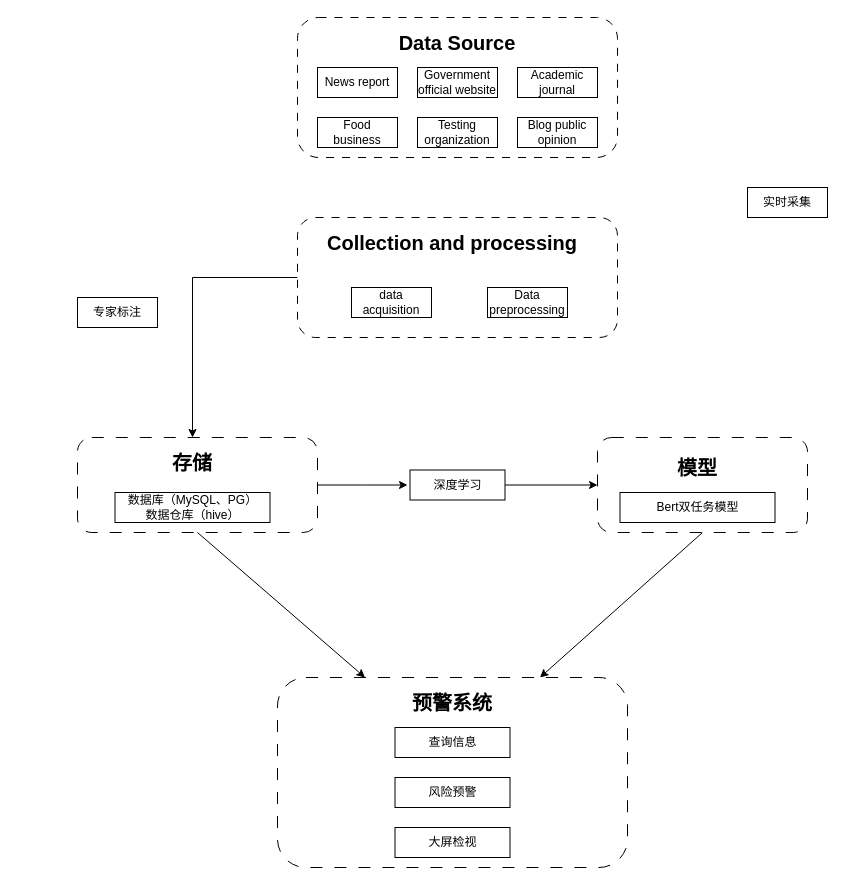
leobgz/Draw keeps this draw.io diagram as 1013流程图.drawio. Above is the earlier version. Source tidied: cells renumbered, new cells numbered last; positions are measured from the earlier drawing's top-left corner, leaving out a move shared by most shapes. Both pictures are drawn from the tidied source at 100%, with x=0, y=0 at pixel (77, 17).
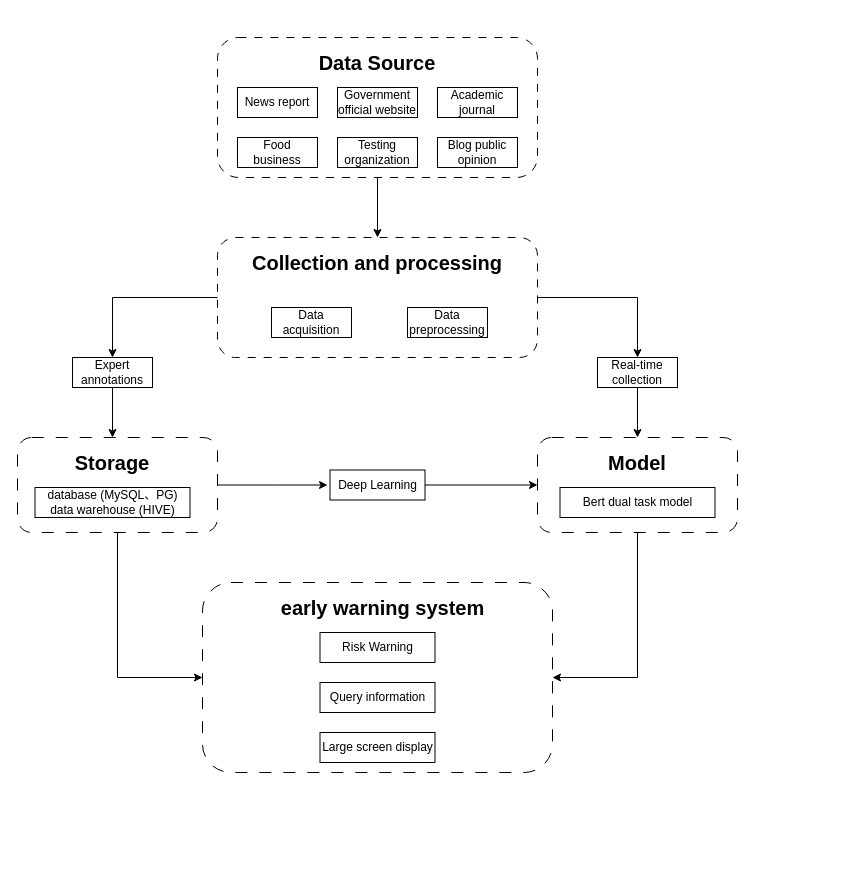
Above is the later version.

Commit message (it also covers changes not shown here):
更新1013流程图.drawio

Diff of the diagram source:
```diff
@@
+    <mxCell id="33" style="edgeStyle=orthogonalEdgeStyle;rounded=0;jettySize=auto;html=1;entryX=0.5;entryY=0;entryDx=0;entryDy=0;" parent="1" edge="1" source="2" target="12">
+      <mxGeometry relative="1" as="geometry" />
+    </mxCell>
     <mxCell id="2" style="rounded=1;whiteSpace=wrap;html=1;dashed=1;dashPattern=8 8;" parent="1" vertex="1">
-      <mxGeometry x="220" width="320" height="140" as="geometry" />
+      <mxGeometry x="140" y="20" width="320" height="140" as="geometry" />
     </mxCell>
     <mxCell id="3" value="&lt;div style=&quot;font-size: 20px;&quot;&gt;&lt;font style=&quot;font-size: 20px;&quot;&gt;Data Source&lt;/font&gt;&lt;/div&gt;" style="text;html=1;strokeColor=none;fillColor=none;align=center;verticalAlign=middle;whiteSpace=wrap;rounded=0;fontStyle=1;" parent="1" vertex="1">
-      <mxGeometry x="300" width="160" height="50" as="geometry" />
+      <mxGeometry x="220" y="20" width="160" height="50" as="geometry" />
     </mxCell>
     <mxCell id="4" value="News report" style="rounded=0;whiteSpace=wrap;html=1;" parent="1" vertex="1">
-      <mxGeometry x="240" y="50" width="80" height="30" as="geometry" />
+      <mxGeometry x="160" y="70" width="80" height="30" as="geometry" />
     </mxCell>
     <mxCell id="5" value="Government official website" style="rounded=0;whiteSpace=wrap;html=1;" parent="1" vertex="1">
-      <mxGeometry x="340" y="50" width="80" height="30" as="geometry" />
+      <mxGeometry x="260" y="70" width="80" height="30" as="geometry" />
     </mxCell>
     <mxCell id="6" value="Food business" style="rounded=0;whiteSpace=wrap;html=1;" parent="1" vertex="1">
-      <mxGeometry x="240" y="100" width="80" height="30" as="geometry" />
+      <mxGeometry x="160" y="120" width="80" height="30" as="geometry" />
     </mxCell>
     <mxCell id="7" value="Academic journal" style="rounded=0;whiteSpace=wrap;html=1;" parent="1" vertex="1">
-      <mxGeometry x="440" y="50" width="80" height="30" as="geometry" />
+      <mxGeometry x="360" y="70" width="80" height="30" as="geometry" />
     </mxCell>
     <mxCell id="8" value="Testing organization" style="rounded=0;whiteSpace=wrap;html=1;" parent="1" vertex="1">
-      <mxGeometry x="340" y="100" width="80" height="30" as="geometry" />
+      <mxGeometry x="260" y="120" width="80" height="30" as="geometry" />
     </mxCell>
     <mxCell id="9" value="&lt;div&gt;Blog public opinion&lt;/div&gt;" style="rounded=0;whiteSpace=wrap;html=1;" parent="1" vertex="1">
-      <mxGeometry x="440" y="100" width="80" height="30" as="geometry" />
+      <mxGeometry x="360" y="120" width="80" height="30" as="geometry" />
     </mxCell>
-    <mxCell id="10" style="edgeStyle=orthogonalEdgeStyle;rounded=0;jettySize=auto;html=1;entryX=0.5;entryY=0;entryDx=0;entryDy=0;" parent="1" edge="1" source="11" target="17">
-      <mxGeometry relative="1" as="geometry" />
-    </mxCell>
+    <mxCell id="34" style="edgeStyle=orthogonalEdgeStyle;rounded=0;jettySize=auto;html=1;entryX=0.5;entryY=0;entryDx=0;entryDy=0;" parent="1" edge="1" source="38" target="17">
+      <mxGeometry relative="1" as="geometry" />
+    </mxCell>
+    <mxCell id="35" style="edgeStyle=orthogonalEdgeStyle;rounded=0;jettySize=auto;html=1;entryX=0.5;entryY=0;entryDx=0;entryDy=0;exitX=0.5;exitY=1;exitDx=0;exitDy=0;" parent="1" edge="1" source="30" target="21">
+      <mxGeometry relative="1" as="geometry" />
+    </mxCell>
     <mxCell id="11" style="rounded=1;whiteSpace=wrap;html=1;dashed=1;dashPattern=8 8;" parent="1" vertex="1">
-      <mxGeometry x="220" y="200" width="320" height="120" as="geometry" />
+      <mxGeometry x="140" y="220" width="320" height="120" as="geometry" />
     </mxCell>
     <mxCell id="12" value="&lt;div style=&quot;&quot;&gt;&lt;div style=&quot;&quot;&gt;&lt;font style=&quot;font-size: 20px;&quot;&gt;Collection and processing&lt;/font&gt;&lt;/div&gt;&lt;/div&gt;" style="text;html=1;strokeColor=none;fillColor=none;align=center;verticalAlign=middle;whiteSpace=wrap;rounded=0;fontStyle=1;" parent="1" vertex="1">
-      <mxGeometry x="230" y="200" width="290" height="50" as="geometry" />
+      <mxGeometry x="155" y="220" width="290" height="50" as="geometry" />
     </mxCell>
-    <mxCell id="13" value="&lt;div&gt;data acquisition&lt;/div&gt;" style="rounded=0;whiteSpace=wrap;html=1;" parent="1" vertex="1">
-      <mxGeometry x="274" y="270" width="80" height="30" as="geometry" />
+    <mxCell id="13" value="&lt;div&gt;Data acquisition&lt;/div&gt;" style="rounded=0;whiteSpace=wrap;html=1;" parent="1" vertex="1">
+      <mxGeometry x="194" y="290" width="80" height="30" as="geometry" />
     </mxCell>
     <mxCell id="14" value="&lt;div&gt;Data preprocessing&lt;/div&gt;" style="rounded=0;whiteSpace=wrap;html=1;" parent="1" vertex="1">
-      <mxGeometry x="410" y="270" width="80" height="30" as="geometry" />
+      <mxGeometry x="330" y="290" width="80" height="30" as="geometry" />
     </mxCell>
     <mxCell id="15" style="edgeStyle=orthogonalEdgeStyle;rounded=0;jettySize=auto;html=1;" parent="1" edge="1" source="16">
       <mxGeometry relative="1" as="geometry">
-        <mxPoint x="330" y="467.5" as="targetPoint" />
+        <mxPoint x="250" y="467.5" as="targetPoint" />
       </mxGeometry>
     </mxCell>
+    <mxCell id="18" style="edgeStyle=orthogonalEdgeStyle;rounded=0;jettySize=auto;html=1;entryX=0;entryY=0.5;entryDx=0;entryDy=0;" parent="1" edge="1" source="16" target="24">
+      <mxGeometry relative="1" as="geometry" />
+    </mxCell>
     <mxCell id="16" style="rounded=1;whiteSpace=wrap;html=1;strokeColor=default;dashed=1;dashPattern=12 12;" parent="1" vertex="1">
-      <mxGeometry y="420" width="240" height="95" as="geometry" />
+      <mxGeometry x="-60" y="420" width="200" height="95" as="geometry" />
     </mxCell>
-    <mxCell id="17" value="&lt;font style=&quot;font-size: 20px;&quot;&gt;存储&lt;/font&gt;" style="text;html=1;strokeColor=none;fillColor=none;align=center;verticalAlign=middle;whiteSpace=wrap;rounded=0;fontStyle=1;" parent="1" vertex="1">
-      <mxGeometry x="35" y="420" width="160" height="50" as="geometry" />
+    <mxCell id="17" value="&lt;font style=&quot;font-size: 20px;&quot;&gt;Storage&lt;/font&gt;" style="text;html=1;strokeColor=none;fillColor=none;align=center;verticalAlign=middle;whiteSpace=wrap;rounded=0;fontStyle=1;" parent="1" vertex="1">
+      <mxGeometry x="-45" y="420" width="160" height="50" as="geometry" />
     </mxCell>
-    <mxCell id="18" style="rounded=0;jettySize=auto;html=1;entryX=0.25;entryY=0;entryDx=0;entryDy=0;exitX=0.5;exitY=1;exitDx=0;exitDy=0;" parent="1" edge="1" source="16" target="24">
-      <mxGeometry relative="1" as="geometry" />
-    </mxCell>
-    <mxCell id="19" value="数据库（MySQL、PG）&lt;br&gt;数据仓库（hive）" style="rounded=0;whiteSpace=wrap;html=1;" parent="1" vertex="1">
-      <mxGeometry x="37.5" y="475" width="155" height="30" as="geometry" />
+    <mxCell id="19" value="database (MySQL、PG)&lt;br&gt;data warehouse (HIVE)" style="rounded=0;whiteSpace=wrap;html=1;" parent="1" vertex="1">
+      <mxGeometry x="-42.5" y="470" width="155" height="30" as="geometry" />
     </mxCell>
-    <mxCell id="20" style="rounded=0;jettySize=auto;html=1;entryX=0.75;entryY=0;entryDx=0;entryDy=0;exitX=0.5;exitY=1;exitDx=0;exitDy=0;" parent="1" edge="1" source="21" target="24">
+    <mxCell id="20" style="edgeStyle=orthogonalEdgeStyle;rounded=0;jettySize=auto;html=1;entryX=1;entryY=0.5;entryDx=0;entryDy=0;" parent="1" edge="1" source="21" target="24">
       <mxGeometry relative="1" as="geometry" />
     </mxCell>
     <mxCell id="21" style="rounded=1;whiteSpace=wrap;html=1;strokeColor=default;dashed=1;dashPattern=12 12;" parent="1" vertex="1">
-      <mxGeometry x="520" y="420" width="210" height="95" as="geometry" />
+      <mxGeometry x="460" y="420" width="200" height="95" as="geometry" />
     </mxCell>
-    <mxCell id="22" value="&lt;font style=&quot;font-size: 20px;&quot;&gt;模型&lt;/font&gt;" style="text;html=1;strokeColor=none;fillColor=none;align=center;verticalAlign=middle;whiteSpace=wrap;rounded=0;fontStyle=1;" parent="1" vertex="1">
-      <mxGeometry x="540" y="425" width="160" height="50" as="geometry" />
+    <mxCell id="22" value="&lt;font style=&quot;font-size: 20px;&quot;&gt;Model&lt;/font&gt;" style="text;html=1;strokeColor=none;fillColor=none;align=center;verticalAlign=middle;whiteSpace=wrap;rounded=0;fontStyle=1;" parent="1" vertex="1">
+      <mxGeometry x="480" y="420" width="160" height="50" as="geometry" />
     </mxCell>
-    <mxCell id="23" value="Bert双任务模型" style="rounded=0;whiteSpace=wrap;html=1;" parent="1" vertex="1">
-      <mxGeometry x="542.5" y="475" width="155" height="30" as="geometry" />
+    <mxCell id="23" value="Bert&amp;nbsp;dual task model" style="rounded=0;whiteSpace=wrap;html=1;" parent="1" vertex="1">
+      <mxGeometry x="482.5" y="470" width="155" height="30" as="geometry" />
     </mxCell>
     <mxCell id="24" style="rounded=1;whiteSpace=wrap;html=1;strokeColor=default;dashed=1;dashPattern=12 12;" parent="1" vertex="1">
-      <mxGeometry x="200" y="660" width="350" height="190" as="geometry" />
+      <mxGeometry x="125" y="565" width="350" height="190" as="geometry" />
     </mxCell>
-    <mxCell id="25" value="&lt;span style=&quot;font-size: 20px;&quot;&gt;预警系统&lt;/span&gt;" style="text;html=1;strokeColor=none;fillColor=none;align=center;verticalAlign=middle;whiteSpace=wrap;rounded=0;fontStyle=1;" parent="1" vertex="1">
-      <mxGeometry x="295" y="660" width="160" height="50" as="geometry" />
+    <mxCell id="25" value="&lt;div&gt;&lt;font style=&quot;font-size: 20px;&quot;&gt;early warning system&lt;/font&gt;&lt;/div&gt;" style="text;html=1;strokeColor=none;fillColor=none;align=center;verticalAlign=middle;whiteSpace=wrap;rounded=0;fontStyle=1;" parent="1" vertex="1">
+      <mxGeometry x="182.5" y="565" width="245" height="50" as="geometry" />
     </mxCell>
-    <mxCell id="26" value="查询信息" style="rounded=0;whiteSpace=wrap;html=1;" parent="1" vertex="1">
-      <mxGeometry x="317.5" y="710" width="115" height="30" as="geometry" />
+    <mxCell id="26" value="Risk Warning" style="rounded=0;whiteSpace=wrap;html=1;" parent="1" vertex="1">
+      <mxGeometry x="242.5" y="615" width="115" height="30" as="geometry" />
     </mxCell>
-    <mxCell id="27" value="风险预警" style="rounded=0;whiteSpace=wrap;html=1;" parent="1" vertex="1">
-      <mxGeometry x="317.5" y="760" width="115" height="30" as="geometry" />
+    <mxCell id="27" value="&lt;div&gt;Query information&lt;/div&gt;" style="rounded=0;whiteSpace=wrap;html=1;" parent="1" vertex="1">
+      <mxGeometry x="242.5" y="665" width="115" height="30" as="geometry" />
     </mxCell>
-    <mxCell id="28" value="大屏检视" style="rounded=0;whiteSpace=wrap;html=1;" parent="1" vertex="1">
-      <mxGeometry x="317.5" y="810" width="115" height="30" as="geometry" />
+    <mxCell id="28" value="Large screen display" style="rounded=0;whiteSpace=wrap;html=1;" parent="1" vertex="1">
+      <mxGeometry x="242.5" y="715" width="115" height="30" as="geometry" />
     </mxCell>
-    <mxCell id="29" value="专家标注" style="rounded=0;whiteSpace=wrap;html=1;" parent="1" vertex="1">
-      <mxGeometry y="280" width="80" height="30" as="geometry" />
-    </mxCell>
-    <mxCell id="30" value="实时采集" style="rounded=0;whiteSpace=wrap;html=1;" parent="1" vertex="1">
-      <mxGeometry x="670" y="170" width="80" height="30" as="geometry" />
-    </mxCell>
@@
-    <mxCell id="32" value="深度学习" style="rounded=0;whiteSpace=wrap;html=1;" parent="1" vertex="1">
-      <mxGeometry x="332.5" y="452.5" width="95" height="30" as="geometry" />
+    <mxCell id="32" value="Deep Learning" style="rounded=0;whiteSpace=wrap;html=1;" parent="1" vertex="1">
+      <mxGeometry x="252.5" y="452.5" width="95" height="30" as="geometry" />
     </mxCell>
+    <mxCell id="36" style="edgeStyle=orthogonalEdgeStyle;rounded=0;jettySize=auto;html=1;entryX=0.5;entryY=0;entryDx=0;entryDy=0;exitX=1;exitY=0.5;exitDx=0;exitDy=0;" parent="1" edge="1" source="11" target="30">
+      <mxGeometry relative="1" as="geometry" />
+    </mxCell>
+    <mxCell id="30" value="&lt;div&gt;Real-time collection&lt;/div&gt;" style="rounded=0;whiteSpace=wrap;html=1;" parent="1" vertex="1">
+      <mxGeometry x="520" y="340" width="80" height="30" as="geometry" />
+    </mxCell>
+    <mxCell id="37" style="edgeStyle=orthogonalEdgeStyle;rounded=0;jettySize=auto;html=1;entryX=0.5;entryY=0;entryDx=0;entryDy=0;" parent="1" edge="1" source="11" target="38">
+      <mxGeometry relative="1" as="geometry" />
+    </mxCell>
+    <mxCell id="38" value="&lt;div&gt;Expert annotations&lt;/div&gt;" style="rounded=0;whiteSpace=wrap;html=1;" parent="1" vertex="1">
+      <mxGeometry x="-5" y="340" width="80" height="30" as="geometry" />
+    </mxCell>
```
